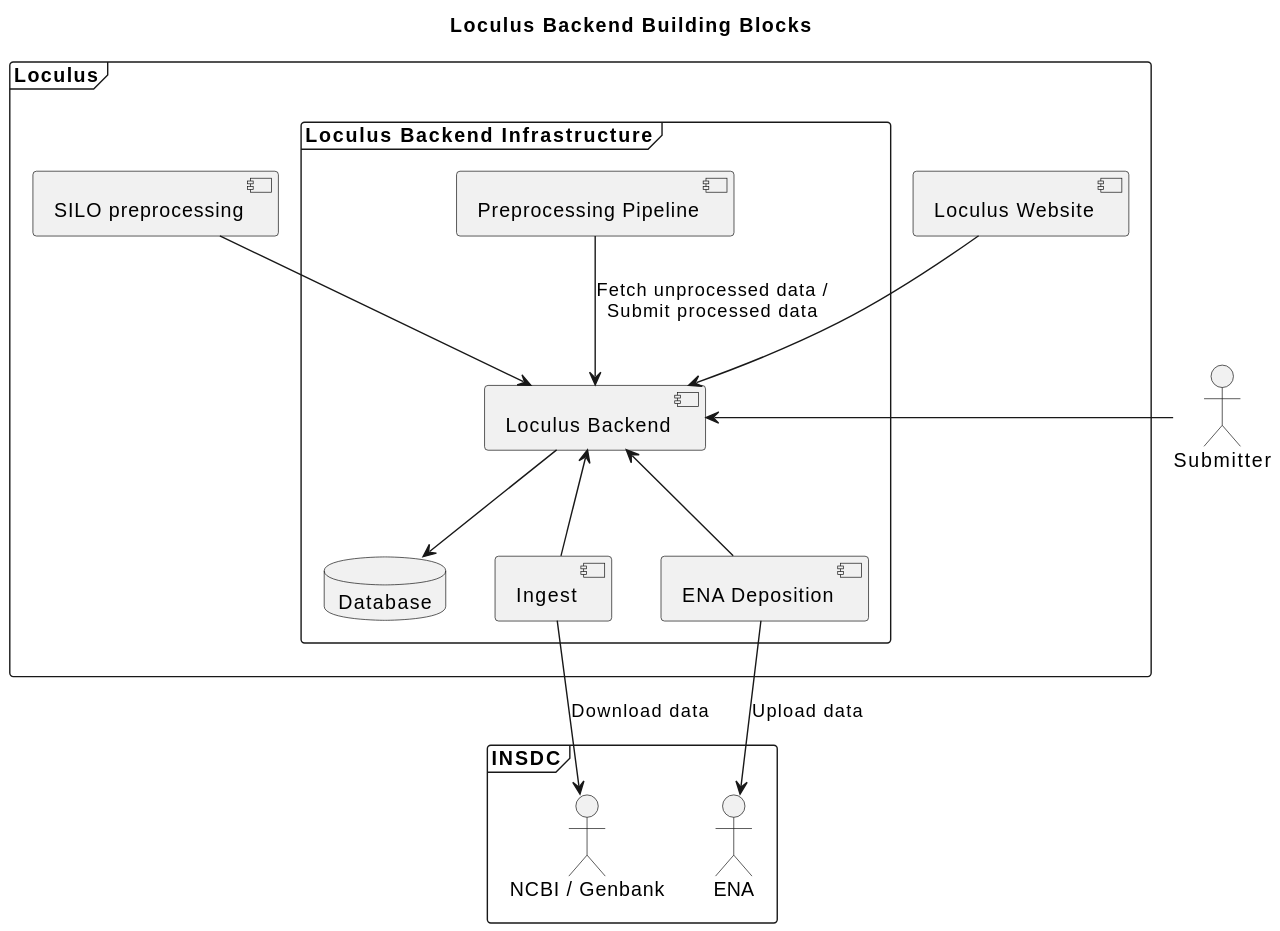
Above: architecture_docs/plantuml/05_level_2_backend.svg in loculus-project/loculus (PlantUML), before the change.
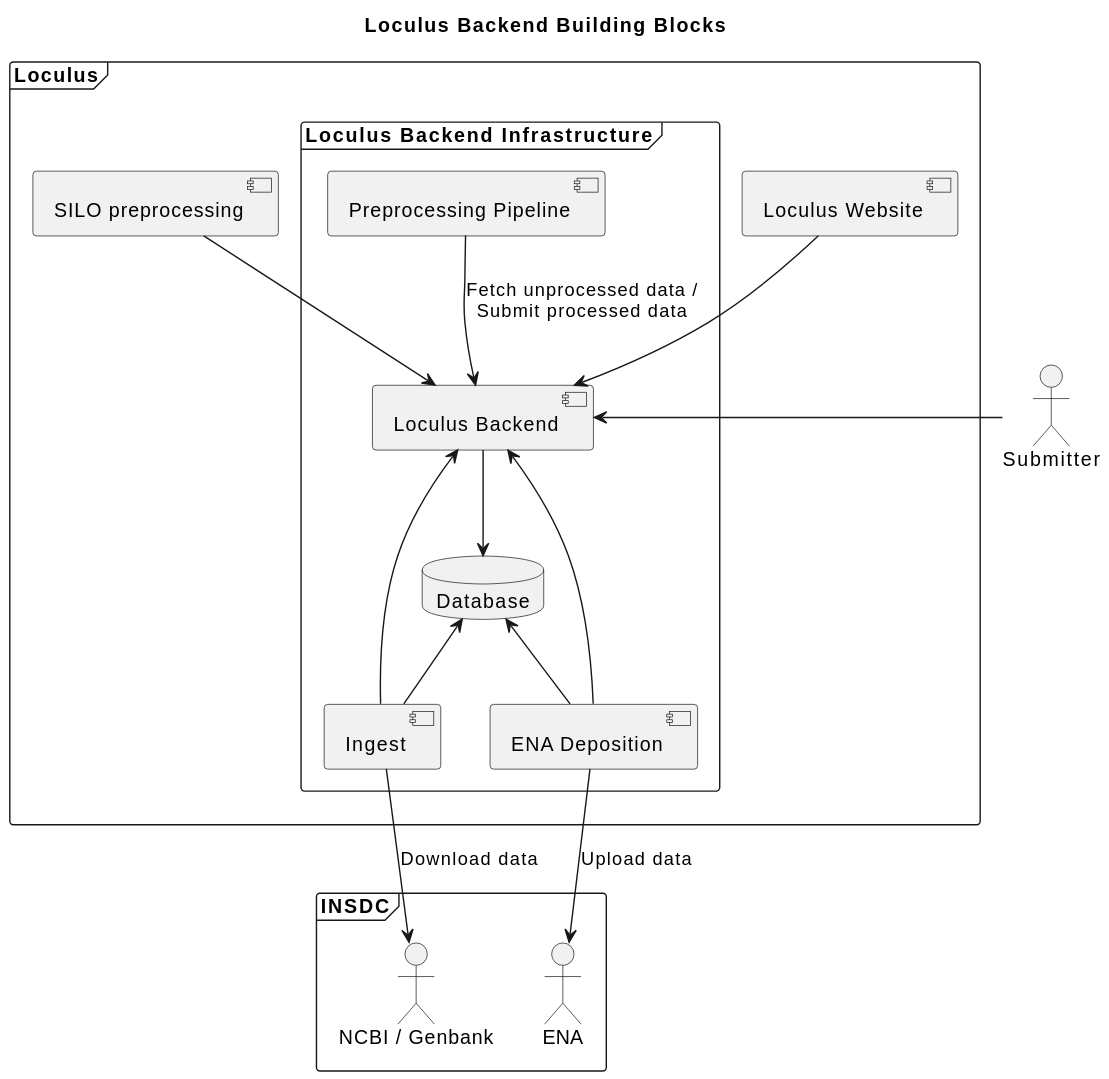
Above is the later version.

Commit message:
arc42 ena deposition risk and technical debt

Change to the diagram source:
```diff
@@ -28,8 +28,10 @@
 prepro --> backend : Fetch unprocessed data /\nSubmit processed data
 
 ingest -up-> backend
+ingest -up-> db
 ingest --> ncbi : Download data
 
 deposition -up-> backend
+deposition -up-> db
 deposition --> ena : Upload data
 @enduml
```
